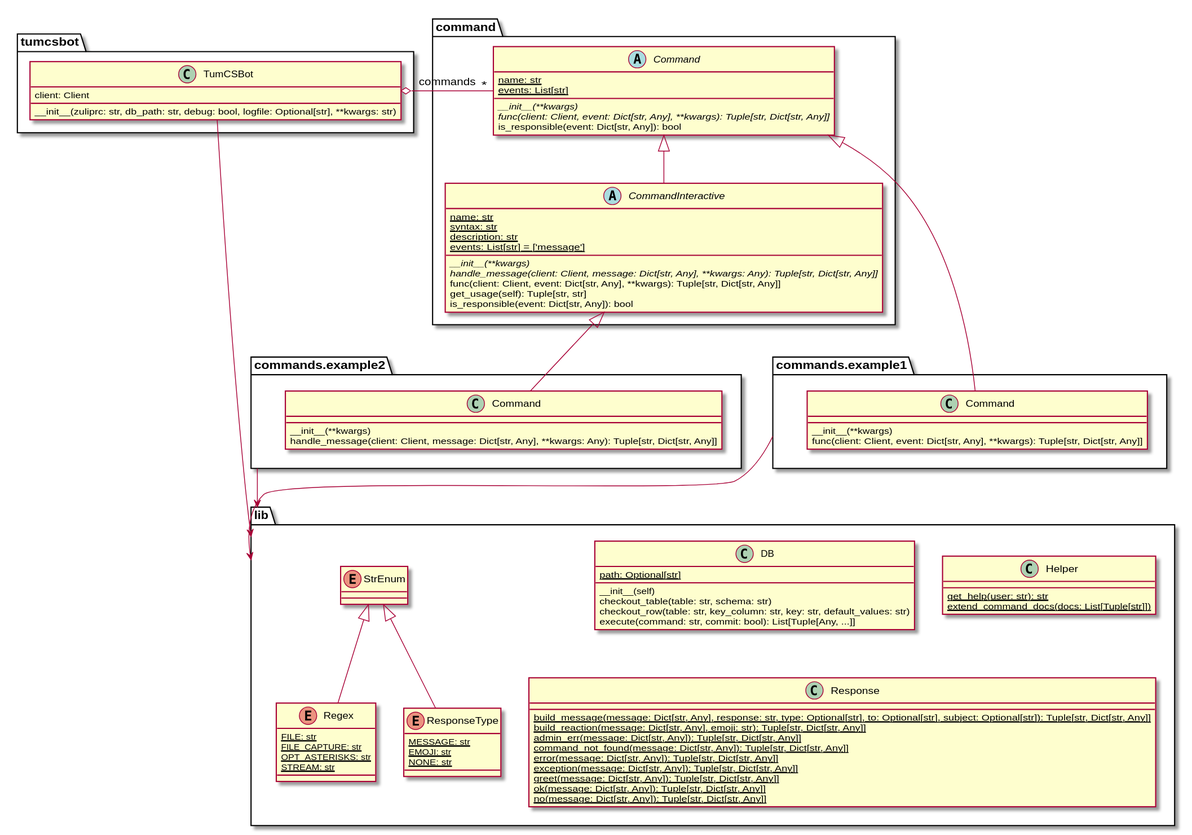
Earlier version of the PlantUML export class_diagram.svg (ro-i/tumcsbot).
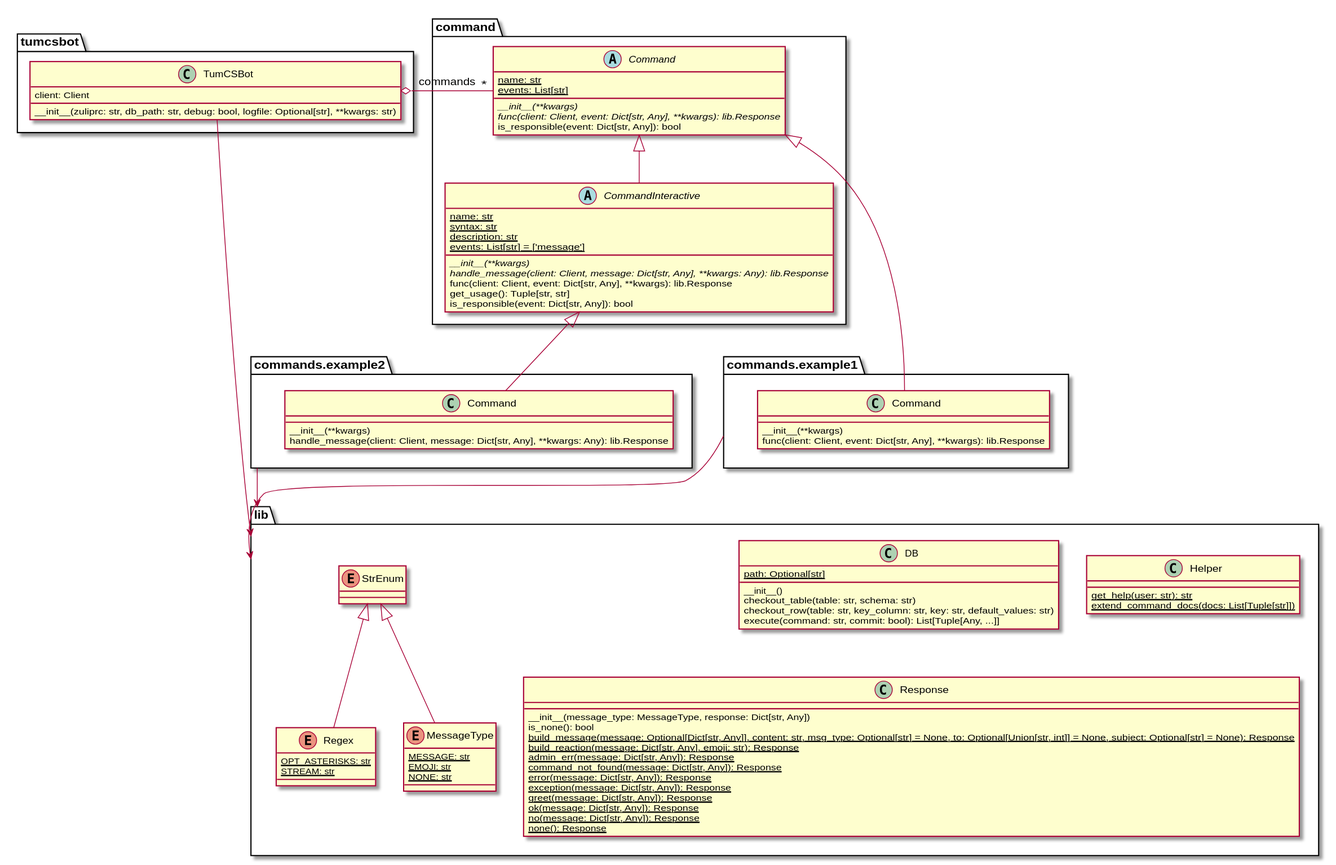
The same file after the commit.

Commit message:
update class diagram

The edit, as a diff of the source:
```diff
@@ -7,19 +7,19 @@
 
 class commands.example1.Command extends command.Command {
 __init__(**kwargs)
-func(client: Client, event: Dict[str, Any], **kwargs): Tuple[str, Dict[str, Any]]
+func(client: Client, event: Dict[str, Any], **kwargs): lib.Response
 }
 
 class commands.example2.Command extends command.CommandInteractive {
 __init__(**kwargs)
-handle_message(client: Client, message: Dict[str, Any], **kwargs: Any): Tuple[str, Dict[str, Any]]
+handle_message(client: Client, message: Dict[str, Any], **kwargs: Any): lib.Response
 }
 
 abstract class command.Command {
 {static} name: str
 {static} events: List[str]
 {abstract} __init__(**kwargs)
-{abstract} func(client: Client, event: Dict[str, Any], **kwargs): Tuple[str, Dict[str, Any]]
+{abstract} func(client: Client, event: Dict[str, Any], **kwargs): lib.Response
 is_responsible(event: Dict[str, Any]): bool
 }
 
@@ -29,9 +29,9 @@
 {static} description: str
 {static} events: List[str] = ['message']
 {abstract} __init__(**kwargs)
-{abstract} handle_message(client: Client,  message: Dict[str, Any], **kwargs: Any): Tuple[str, Dict[str, Any]]
-func(client: Client, event: Dict[str, Any], **kwargs): Tuple[str, Dict[str, Any]]
-get_usage(self): Tuple[str, str]
+{abstract} handle_message(client: Client,  message: Dict[str, Any], **kwargs: Any): lib.Response
+func(client: Client, event: Dict[str, Any], **kwargs): lib.Response
+get_usage(): Tuple[str, str]
 is_responsible(event: Dict[str, Any]): bool
 }
 
@@ -39,7 +39,7 @@
 
 class lib.DB {
 {static} path: Optional[str]
-__init__(self)
+__init__()
 checkout_table(table: str, schema: str)
 checkout_row(table: str, key_column: str, key: str, default_values: str)
 execute(command: str, commit: bool): List[Tuple[Any, ...]]
@@ -51,25 +51,26 @@
 }
 
 class lib.Response {
-{static} build_message(message: Dict[str, Any], response: str, type: Optional[str], to: Optional[str], subject: Optional[str]): Tuple[str, Dict[str, Any]]
-{static} build_reaction(message: Dict[str, Any], emoji: str): Tuple[str, Dict[str, Any]]
-{static} admin_err(message: Dict[str, Any]): Tuple[str, Dict[str, Any]]
-{static} command_not_found(message: Dict[str, Any]): Tuple[str, Dict[str, Any]]
-{static} error(message: Dict[str, Any]): Tuple[str, Dict[str, Any]]
-{static} exception(message: Dict[str, Any]): Tuple[str, Dict[str, Any]]
-{static} greet(message: Dict[str, Any]): Tuple[str, Dict[str, Any]]
-{static} ok(message: Dict[str, Any]): Tuple[str, Dict[str, Any]]
-{static} no(message: Dict[str, Any]): Tuple[str, Dict[str, Any]]
+__init__(message_type: MessageType, response: Dict[str, Any])
+is_none(): bool
+{static} build_message(message: Optional[Dict[str, Any]], content: str, msg_type: Optional[str] = None, to: Optional[Union[str, int]] = None, subject: Optional[str] = None): Response
+{static} build_reaction(message: Dict[str, Any], emoji: str): Response
+{static} admin_err(message: Dict[str, Any]): Response
+{static} command_not_found(message: Dict[str, Any]): Response
+{static} error(message: Dict[str, Any]): Response
+{static} exception(message: Dict[str, Any]): Response
+{static} greet(message: Dict[str, Any]): Response
+{static} ok(message: Dict[str, Any]): Response
+{static} no(message: Dict[str, Any]): Response
+{static} none(): Response
 }
 
 enum lib.Regex extends lib.StrEnum {
-{static} FILE: str
-{static} FILE_CAPTURE: str
 {static} OPT_ASTERISKS: str
 {static} STREAM: str
 }
 
-enum lib.ResponseType extends lib.StrEnum {
+enum lib.MessageType extends lib.StrEnum {
 {static} MESSAGE: str
 {static} EMOJI: str
 {static} NONE: str
```
